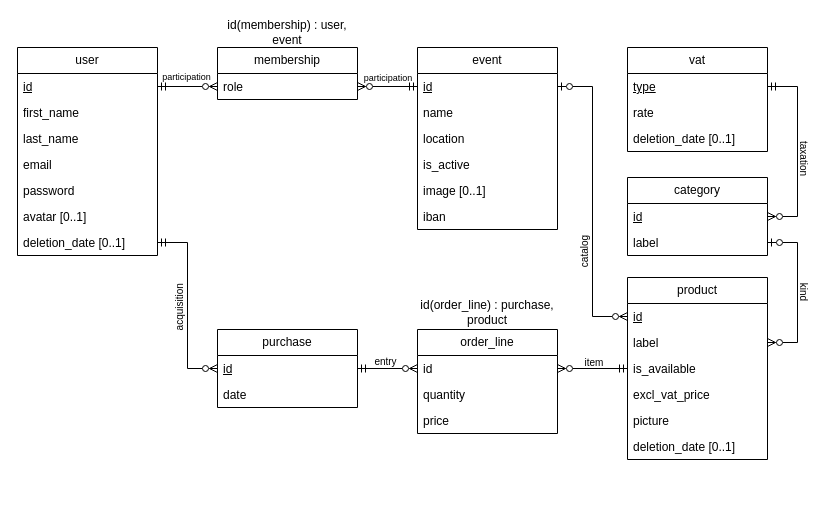
The draw.io diagram database/docs/entity-relationship-diagram.drawio in maxoux53/smartkiosk, before the edit. Source tidied: cells renumbered, new cells numbered last; positions are measured from the earlier drawing's top-left corner, leaving out a move shared by most shapes. Both pictures are drawn from the tidied source at 100%, with x=0, y=0 at pixel (17, 17).
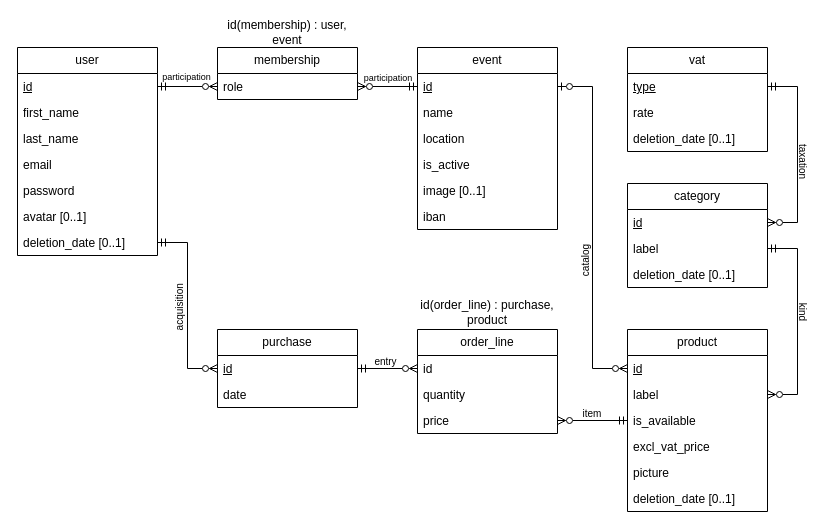
The same page after the edit.

Unchanged cells that the change refers to:
```xml
<mxCell id="11" value="id" style="text;strokeColor=none;fillColor=none;align=left;verticalAlign=top;spacingLeft=4;spacingRight=4;overflow=hidden;points=[[0,0.5],[1,0.5]];portConstraint=eastwest;whiteSpace=wrap;html=1;fontStyle=4;" parent="10" vertex="1">
  <mxGeometry y="26" width="140" height="26" as="geometry" />
</mxCell>
<mxCell id="21" value="id" style="text;strokeColor=none;fillColor=none;align=left;verticalAlign=top;spacingLeft=4;spacingRight=4;overflow=hidden;points=[[0,0.5],[1,0.5]];portConstraint=eastwest;whiteSpace=wrap;html=1;fontStyle=4;" parent="20" vertex="1">
  <mxGeometry y="26" width="140" height="26" as="geometry" />
</mxCell>
<mxCell id="22" value="label" style="text;strokeColor=none;fillColor=none;align=left;verticalAlign=top;spacingLeft=4;spacingRight=4;overflow=hidden;points=[[0,0.5],[1,0.5]];portConstraint=eastwest;whiteSpace=wrap;html=1;" parent="20" vertex="1">
  <mxGeometry y="52" width="140" height="26" as="geometry" />
</mxCell>
<mxCell id="23" value="is_available" style="text;strokeColor=none;fillColor=none;align=left;verticalAlign=top;spacingLeft=4;spacingRight=4;overflow=hidden;points=[[0,0.5],[1,0.5]];portConstraint=eastwest;whiteSpace=wrap;html=1;" parent="20" vertex="1">
  <mxGeometry y="78" width="140" height="26" as="geometry" />
</mxCell>
<mxCell id="28" value="id" style="text;strokeColor=none;fillColor=none;align=left;verticalAlign=top;spacingLeft=4;spacingRight=4;overflow=hidden;points=[[0,0.5],[1,0.5]];portConstraint=eastwest;whiteSpace=wrap;html=1;fontStyle=4;" parent="27" vertex="1">
  <mxGeometry y="26" width="140" height="26" as="geometry" />
</mxCell>
<mxCell id="29" value="label" style="text;strokeColor=none;fillColor=none;align=left;verticalAlign=top;spacingLeft=4;spacingRight=4;overflow=hidden;points=[[0,0.5],[1,0.5]];portConstraint=eastwest;whiteSpace=wrap;html=1;" parent="27" vertex="1">
  <mxGeometry y="52" width="140" height="26" as="geometry" />
</mxCell>
<mxCell id="31" value="type" style="text;strokeColor=none;fillColor=none;align=left;verticalAlign=top;spacingLeft=4;spacingRight=4;overflow=hidden;points=[[0,0.5],[1,0.5]];portConstraint=eastwest;whiteSpace=wrap;html=1;fontStyle=4;" parent="30" vertex="1">
  <mxGeometry y="26" width="140" height="26" as="geometry" />
</mxCell>
<mxCell id="45" value="id" style="text;strokeColor=none;fillColor=none;align=left;verticalAlign=top;spacingLeft=4;spacingRight=4;overflow=hidden;points=[[0,0.5],[1,0.5]];portConstraint=eastwest;whiteSpace=wrap;html=1;fontStyle=0;" parent="44" vertex="1">
  <mxGeometry y="26" width="140" height="26" as="geometry" />
</mxCell>
<mxCell id="47" value="price" style="text;strokeColor=none;fillColor=none;align=left;verticalAlign=top;spacingLeft=4;spacingRight=4;overflow=hidden;points=[[0,0.5],[1,0.5]];portConstraint=eastwest;whiteSpace=wrap;html=1;" parent="44" vertex="1">
  <mxGeometry y="78" width="140" height="26" as="geometry" />
</mxCell>
```

Change to the diagram source:
```diff
@@
     <mxCell id="20" value="product" style="swimlane;fontStyle=0;horizontal=1;startSize=26;fillColor=none;whiteSpace=wrap;html=1;" parent="1" vertex="1">
-      <mxGeometry x="610" y="260" width="140" height="182" as="geometry" />
+      <mxGeometry x="610" y="312" width="140" height="182" as="geometry" />
     </mxCell>
@@
     <mxCell id="27" value="category" style="swimlane;fontStyle=0;horizontal=1;startSize=26;fillColor=none;whiteSpace=wrap;html=1;" parent="1" vertex="1">
-      <mxGeometry x="610" y="160" width="140" height="78" as="geometry" />
+      <mxGeometry x="610" y="166" width="140" height="104" as="geometry" />
     </mxCell>
@@
+    <mxCell id="60" value="deletion_date [0..1]" style="text;strokeColor=none;fillColor=none;align=left;verticalAlign=top;spacingLeft=4;spacingRight=4;overflow=hidden;whiteSpace=wrap;html=1;" parent="27" vertex="1">
+      <mxGeometry y="78" width="140" height="26" as="geometry" />
+    </mxCell>
@@
     <mxCell id="36" style="edgeStyle=orthogonalEdgeStyle;rounded=0;jettySize=auto;html=1;exitX=0;exitY=0.5;exitDx=0;exitDy=0;entryX=1;entryY=0.5;entryDx=0;entryDy=0;endArrow=ERzeroToOne;endFill=0;startArrow=ERzeroToMany;startFill=0;" parent="1" edge="1" source="21" target="11">
-      <mxGeometry relative="1" as="geometry" />
+      <mxGeometry relative="1" as="geometry">
+        <Array as="points">
+          <mxPoint x="575" y="351" />
+          <mxPoint x="575" y="69" />
+        </Array>
+      </mxGeometry>
     </mxCell>
-    <mxCell id="37" style="edgeStyle=orthogonalEdgeStyle;rounded=0;jettySize=auto;html=1;exitX=1;exitY=0.5;exitDx=0;exitDy=0;entryX=1;entryY=0.5;entryDx=0;entryDy=0;endArrow=ERzeroToOne;endFill=0;startArrow=ERzeroToMany;startFill=0;" parent="1" edge="1" source="22" target="29">
+    <mxCell id="37" style="edgeStyle=orthogonalEdgeStyle;rounded=0;jettySize=auto;html=1;exitX=1;exitY=0.5;exitDx=0;exitDy=0;entryX=1;entryY=0.5;entryDx=0;entryDy=0;endArrow=ERmandOne;endFill=0;startArrow=ERzeroToMany;startFill=0;" parent="1" edge="1" source="22" target="29">
       <mxGeometry relative="1" as="geometry">
         <Array as="points">
-          <mxPoint x="780" y="325" />
-          <mxPoint x="780" y="225" />
+          <mxPoint x="780" y="377" />
+          <mxPoint x="780" y="231" />
         </Array>
       </mxGeometry>
     </mxCell>
     <mxCell id="38" style="edgeStyle=orthogonalEdgeStyle;rounded=0;jettySize=auto;html=1;exitX=1;exitY=0.5;exitDx=0;exitDy=0;entryX=1;entryY=0.5;entryDx=0;entryDy=0;startArrow=ERzeroToMany;startFill=0;endArrow=ERmandOne;endFill=0;" parent="1" edge="1" source="28" target="31">
       <mxGeometry relative="1" as="geometry">
         <Array as="points">
-          <mxPoint x="780" y="199" />
+          <mxPoint x="780" y="205" />
           <mxPoint x="780" y="69" />
         </Array>
       </mxGeometry>
     </mxCell>
-    <mxCell id="39" style="edgeStyle=orthogonalEdgeStyle;rounded=0;jettySize=auto;html=1;exitX=0;exitY=0.5;exitDx=0;exitDy=0;entryX=1;entryY=0.5;entryDx=0;entryDy=0;startArrow=ERmandOne;startFill=0;endArrow=ERzeroToMany;endFill=0;" parent="1" edge="1" source="23" target="45">
+    <mxCell id="39" style="edgeStyle=orthogonalEdgeStyle;rounded=0;jettySize=auto;html=1;exitX=0;exitY=0.5;exitDx=0;exitDy=0;entryX=1;entryY=0.5;entryDx=0;entryDy=0;startArrow=ERmandOne;startFill=0;endArrow=ERzeroToMany;endFill=0;" parent="1" edge="1" source="23" target="47">
       <mxGeometry relative="1" as="geometry" />
     </mxCell>
@@
     <mxCell id="42" value="item" style="text;html=1;align=center;verticalAlign=middle;whiteSpace=wrap;rounded=0;fontSize=10;" parent="1" vertex="1">
-      <mxGeometry x="567" y="340" width="20" height="10" as="geometry" />
+      <mxGeometry x="565" y="391" width="20" height="10" as="geometry" />
     </mxCell>
@@
     <mxCell id="55" value="taxation" style="text;html=1;align=center;verticalAlign=middle;whiteSpace=wrap;rounded=0;fontSize=10;rotation=90;" parent="1" vertex="1">
-      <mxGeometry x="768.5" y="136" width="37" height="10" as="geometry" />
+      <mxGeometry x="767.5" y="139" width="37" height="10" as="geometry" />
     </mxCell>
     <mxCell id="56" value="kind" style="text;html=1;align=center;verticalAlign=middle;whiteSpace=wrap;rounded=0;fontSize=10;rotation=90;" parent="1" vertex="1">
-      <mxGeometry x="777" y="270" width="20" height="10" as="geometry" />
+      <mxGeometry x="776" y="290" width="20" height="10" as="geometry" />
     </mxCell>
     <mxCell id="57" value="catalog" style="text;html=1;align=center;verticalAlign=middle;whiteSpace=wrap;rounded=0;fontSize=10;rotation=-90;" parent="1" vertex="1">
-      <mxGeometry x="548" y="229" width="37" height="10" as="geometry" />
+      <mxGeometry x="549" y="238" width="37" height="10" as="geometry" />
     </mxCell>
```
